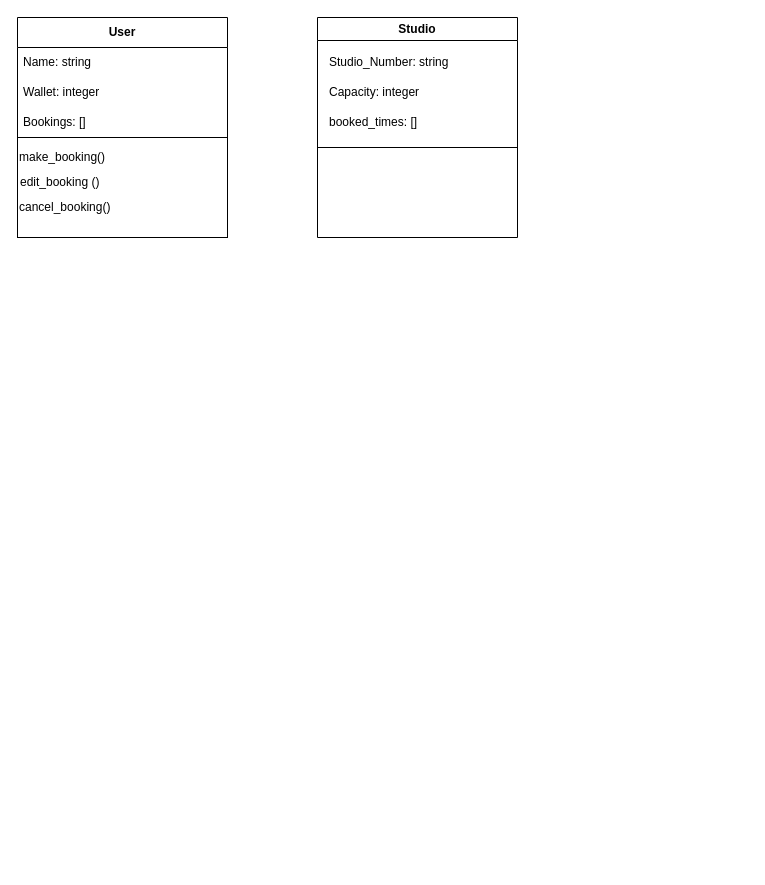
sagesaintsalem/ccfirstproject keeps this draw.io diagram as class_diagram.drawio. Above is the earlier version. Source tidied: cells renumbered, new cells numbered last; positions are measured from the earlier drawing's top-left corner, leaving out a move shared by most shapes. Both pictures are drawn from the tidied source at 100%, with x=0, y=0 at pixel (17, 17).
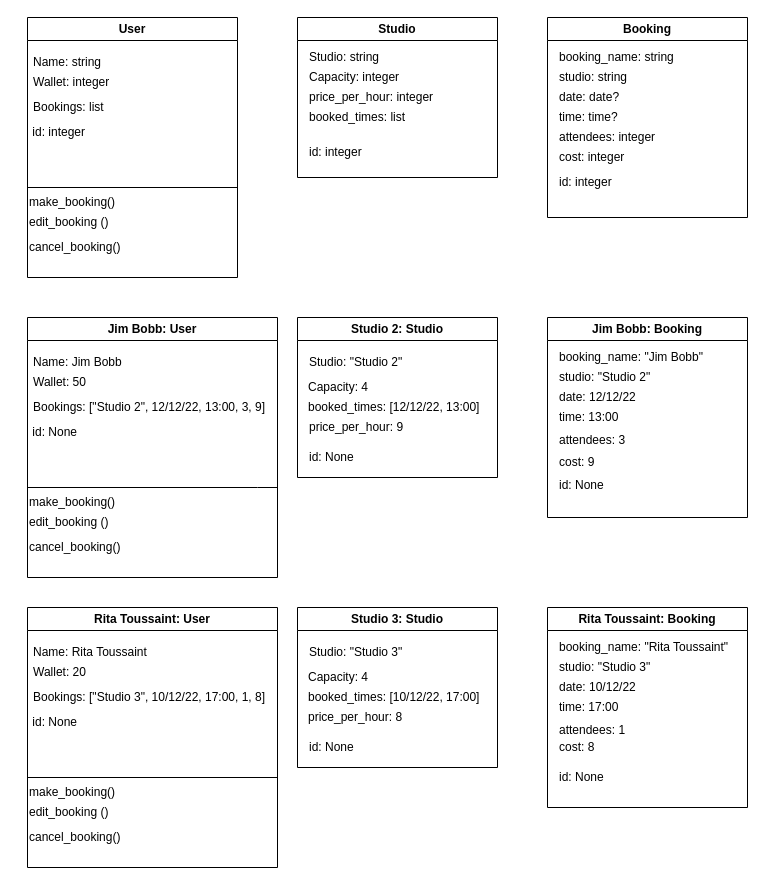
The same diagram, later.

Diff of the diagram source:
```diff
@@
-    <mxCell id="2" value="&lt;b&gt;User&lt;/b&gt;" style="swimlane;fontStyle=0;horizontal=1;startSize=30;whiteSpace=wrap;html=1;" parent="1" vertex="1">
-      <mxGeometry width="210" height="120" as="geometry" />
-    </mxCell>
-    <mxCell id="3" value="Name: string" style="text;strokeColor=none;fillColor=none;align=left;verticalAlign=middle;spacingLeft=4;spacingRight=4;overflow=hidden;whiteSpace=wrap;html=1;" parent="2" vertex="1">
-      <mxGeometry y="30" width="210" height="30" as="geometry" />
-    </mxCell>
-    <mxCell id="4" value="Wallet: integer" style="text;strokeColor=none;fillColor=none;align=left;verticalAlign=middle;spacingLeft=4;spacingRight=4;overflow=hidden;whiteSpace=wrap;html=1;" parent="2" vertex="1">
-      <mxGeometry y="60" width="210" height="30" as="geometry" />
-    </mxCell>
-    <mxCell id="5" value="Bookings: []" style="text;strokeColor=none;fillColor=none;align=left;verticalAlign=middle;spacingLeft=4;spacingRight=4;overflow=hidden;whiteSpace=wrap;html=1;" parent="2" vertex="1">
-      <mxGeometry y="90" width="210" height="30" as="geometry" />
-    </mxCell>
-    <mxCell id="6" style="rounded=0;whiteSpace=wrap;html=1;fillColor=none;align=left;" parent="1" vertex="1">
-      <mxGeometry y="120" width="210" height="100" as="geometry" />
-    </mxCell>
-    <mxCell id="7" value="make_booking()" style="text;html=1;strokeColor=none;fillColor=none;align=left;verticalAlign=middle;whiteSpace=wrap;rounded=0;" parent="1" vertex="1">
-      <mxGeometry y="130" width="210" height="20" as="geometry" />
-    </mxCell>
-    <mxCell id="8" value="edit_booking ()" style="text;html=1;strokeColor=none;fillColor=none;align=left;verticalAlign=middle;whiteSpace=wrap;rounded=0;" parent="1" vertex="1">
-      <mxGeometry x="1" y="160" width="210" height="10" as="geometry" />
-    </mxCell>
-    <mxCell id="9" value="cancel_booking()" style="text;html=1;strokeColor=none;fillColor=none;align=left;verticalAlign=middle;whiteSpace=wrap;rounded=0;" parent="1" vertex="1">
-      <mxGeometry y="180" width="200" height="20" as="geometry" />
-    </mxCell>
     <mxCell id="10" value="Studio" style="swimlane;whiteSpace=wrap;html=1;fillColor=none;" parent="1" vertex="1">
-      <mxGeometry x="300" width="200" height="220" as="geometry" />
+      <mxGeometry x="280" width="200" height="160" as="geometry" />
     </mxCell>
-    <mxCell id="11" value="Studio_Number: string" style="text;html=1;strokeColor=none;fillColor=none;align=left;verticalAlign=middle;whiteSpace=wrap;rounded=0;" parent="10" vertex="1">
-      <mxGeometry x="10" y="30" width="170" height="30" as="geometry" />
+    <mxCell id="11" value="Studio: string" style="text;html=1;strokeColor=none;fillColor=none;align=left;verticalAlign=middle;whiteSpace=wrap;rounded=0;" parent="10" vertex="1">
+      <mxGeometry x="10" y="30" width="170" height="20" as="geometry" />
     </mxCell>
     <mxCell id="12" value="Capacity: integer" style="text;html=1;strokeColor=none;fillColor=none;align=left;verticalAlign=middle;whiteSpace=wrap;rounded=0;" parent="10" vertex="1">
-      <mxGeometry x="10" y="60" width="170" height="30" as="geometry" />
+      <mxGeometry x="10" y="50" width="170" height="20" as="geometry" />
     </mxCell>
-    <mxCell id="13" value="booked_times: []" style="text;html=1;strokeColor=none;fillColor=none;align=left;verticalAlign=middle;whiteSpace=wrap;rounded=0;" parent="10" vertex="1">
-      <mxGeometry x="10" y="90" width="170" height="30" as="geometry" />
+    <mxCell id="13" value="booked_times: list" style="text;html=1;strokeColor=none;fillColor=none;align=left;verticalAlign=middle;whiteSpace=wrap;rounded=0;" parent="10" vertex="1">
+      <mxGeometry x="10" y="90" width="170" height="20" as="geometry" />
     </mxCell>
-    <mxCell id="14" style="endArrow=none;html=1;rounded=0;" parent="10" edge="1">
-      <mxGeometry relative="1" as="geometry">
-        <mxPoint y="130" as="sourcePoint" />
-        <mxPoint x="200" y="130" as="targetPoint" />
-      </mxGeometry>
-    </mxCell>
+    <mxCell id="15" value="id: integer" style="text;html=1;strokeColor=none;fillColor=none;align=left;verticalAlign=middle;whiteSpace=wrap;rounded=0;" parent="10" vertex="1">
+      <mxGeometry x="10" y="120" width="170" height="30" as="geometry" />
+    </mxCell>
+    <mxCell id="16" value="price_per_hour: integer" style="text;html=1;strokeColor=none;fillColor=none;align=left;verticalAlign=middle;whiteSpace=wrap;rounded=0;" parent="10" vertex="1">
+      <mxGeometry x="10" y="70" width="170" height="20" as="geometry" />
+    </mxCell>
+    <mxCell id="17" value="Booking" style="swimlane;whiteSpace=wrap;html=1;fillColor=none;" parent="1" vertex="1">
+      <mxGeometry x="530" width="200" height="200" as="geometry" />
+    </mxCell>
+    <mxCell id="18" value="booking_name: string" style="text;html=1;strokeColor=none;fillColor=none;align=left;verticalAlign=middle;whiteSpace=wrap;rounded=0;" parent="17" vertex="1">
+      <mxGeometry x="10" y="30" width="170" height="20" as="geometry" />
+    </mxCell>
+    <mxCell id="19" value="studio: string" style="text;html=1;strokeColor=none;fillColor=none;align=left;verticalAlign=middle;whiteSpace=wrap;rounded=0;" parent="17" vertex="1">
+      <mxGeometry x="10" y="50" width="170" height="20" as="geometry" />
+    </mxCell>
+    <mxCell id="20" value="date: date?" style="text;html=1;strokeColor=none;fillColor=none;align=left;verticalAlign=middle;whiteSpace=wrap;rounded=0;" parent="17" vertex="1">
+      <mxGeometry x="10" y="70" width="170" height="20" as="geometry" />
+    </mxCell>
+    <mxCell id="21" value="time: time?" style="text;html=1;strokeColor=none;fillColor=none;align=left;verticalAlign=middle;whiteSpace=wrap;rounded=0;" parent="17" vertex="1">
+      <mxGeometry x="10" y="90" width="170" height="20" as="geometry" />
+    </mxCell>
+    <mxCell id="22" value="id: integer" style="text;html=1;strokeColor=none;fillColor=none;align=left;verticalAlign=middle;whiteSpace=wrap;rounded=0;" parent="17" vertex="1">
+      <mxGeometry x="10" y="150" width="170" height="30" as="geometry" />
+    </mxCell>
+    <mxCell id="23" value="attendees: integer" style="text;html=1;strokeColor=none;fillColor=none;align=left;verticalAlign=middle;whiteSpace=wrap;rounded=0;" parent="17" vertex="1">
+      <mxGeometry x="10" y="110" width="170" height="20" as="geometry" />
+    </mxCell>
+    <mxCell id="24" value="cost: integer" style="text;html=1;strokeColor=none;fillColor=none;align=left;verticalAlign=middle;whiteSpace=wrap;rounded=0;" parent="17" vertex="1">
+      <mxGeometry x="10" y="130" width="170" height="20" as="geometry" />
+    </mxCell>
+    <mxCell id="2" value="User" style="swimlane;whiteSpace=wrap;html=1;fillColor=none;" parent="1" vertex="1">
+      <mxGeometry x="10" width="210" height="260" as="geometry" />
+    </mxCell>
+    <mxCell id="25" style="endArrow=none;html=1;rounded=0;" parent="2" edge="1">
+      <mxGeometry relative="1" as="geometry">
+        <mxPoint x="10" y="170" as="sourcePoint" />
+        <mxPoint x="210" y="170" as="targetPoint" />
+        <Array as="points">
+          <mxPoint y="170" />
+        </Array>
+      </mxGeometry>
+    </mxCell>
+    <mxCell id="26" value="&amp;nbsp;id: integer" style="text;html=1;strokeColor=none;fillColor=none;align=left;verticalAlign=middle;whiteSpace=wrap;rounded=0;" parent="2" vertex="1">
+      <mxGeometry y="100" width="210" height="30" as="geometry" />
+    </mxCell>
+    <mxCell id="3" value="Name: string" style="text;strokeColor=none;fillColor=none;align=left;verticalAlign=middle;spacingLeft=4;spacingRight=4;overflow=hidden;whiteSpace=wrap;html=1;" parent="2" vertex="1">
+      <mxGeometry y="30" width="210" height="30" as="geometry" />
+    </mxCell>
+    <mxCell id="4" value="Wallet: integer" style="text;strokeColor=none;fillColor=none;align=left;verticalAlign=middle;spacingLeft=4;spacingRight=4;overflow=hidden;whiteSpace=wrap;html=1;" parent="2" vertex="1">
+      <mxGeometry y="50" width="210" height="30" as="geometry" />
+    </mxCell>
+    <mxCell id="5" value="&lt;div&gt;Bookings: list&lt;/div&gt;" style="text;strokeColor=none;fillColor=none;align=left;verticalAlign=middle;spacingLeft=4;spacingRight=4;overflow=hidden;whiteSpace=wrap;html=1;" parent="2" vertex="1">
+      <mxGeometry y="80" width="210" height="20" as="geometry" />
+    </mxCell>
+    <mxCell id="7" value="make_booking()" style="text;html=1;strokeColor=none;fillColor=none;align=left;verticalAlign=middle;whiteSpace=wrap;rounded=0;" parent="2" vertex="1">
+      <mxGeometry y="175" width="210" height="20" as="geometry" />
+    </mxCell>
+    <mxCell id="8" value="edit_booking ()" style="text;html=1;strokeColor=none;fillColor=none;align=left;verticalAlign=middle;whiteSpace=wrap;rounded=0;" parent="2" vertex="1">
+      <mxGeometry y="200" width="210" height="10" as="geometry" />
+    </mxCell>
+    <mxCell id="9" value="cancel_booking()" style="text;html=1;strokeColor=none;fillColor=none;align=left;verticalAlign=middle;whiteSpace=wrap;rounded=0;" parent="2" vertex="1">
+      <mxGeometry y="220" width="200" height="20" as="geometry" />
+    </mxCell>
+    <mxCell id="27" value="Jim Bobb: User" style="swimlane;whiteSpace=wrap;html=1;fillColor=none;" parent="1" vertex="1">
+      <mxGeometry x="10" y="300" width="250" height="260" as="geometry" />
+    </mxCell>
+    <mxCell id="28" style="endArrow=none;html=1;rounded=0;" parent="27" edge="1">
+      <mxGeometry relative="1" as="geometry">
+        <mxPoint x="10" y="170" as="sourcePoint" />
+        <mxPoint x="240" y="170" as="targetPoint" />
+        <Array as="points">
+          <mxPoint y="170" />
+          <mxPoint x="230" y="170" />
+          <mxPoint x="250" y="170" />
+        </Array>
+      </mxGeometry>
+    </mxCell>
+    <mxCell id="29" value="&amp;nbsp;id: None" style="text;html=1;strokeColor=none;fillColor=none;align=left;verticalAlign=middle;whiteSpace=wrap;rounded=0;" parent="27" vertex="1">
+      <mxGeometry y="100" width="210" height="30" as="geometry" />
+    </mxCell>
+    <mxCell id="30" value="Name: Jim Bobb" style="text;strokeColor=none;fillColor=none;align=left;verticalAlign=middle;spacingLeft=4;spacingRight=4;overflow=hidden;whiteSpace=wrap;html=1;" parent="27" vertex="1">
+      <mxGeometry y="30" width="210" height="30" as="geometry" />
+    </mxCell>
+    <mxCell id="31" value="Wallet: 50" style="text;strokeColor=none;fillColor=none;align=left;verticalAlign=middle;spacingLeft=4;spacingRight=4;overflow=hidden;whiteSpace=wrap;html=1;" parent="27" vertex="1">
+      <mxGeometry y="50" width="210" height="30" as="geometry" />
+    </mxCell>
+    <mxCell id="32" value="&lt;div&gt;Bookings: [&quot;Studio 2&quot;, 12/12/22, 13:00, 3, 9]&lt;br&gt;&lt;/div&gt;" style="text;strokeColor=none;fillColor=none;align=left;verticalAlign=middle;spacingLeft=4;spacingRight=4;overflow=hidden;whiteSpace=wrap;html=1;" parent="27" vertex="1">
+      <mxGeometry y="70" width="250" height="40" as="geometry" />
+    </mxCell>
+    <mxCell id="33" value="make_booking()" style="text;html=1;strokeColor=none;fillColor=none;align=left;verticalAlign=middle;whiteSpace=wrap;rounded=0;" parent="27" vertex="1">
+      <mxGeometry y="175" width="210" height="20" as="geometry" />
+    </mxCell>
+    <mxCell id="34" value="edit_booking ()" style="text;html=1;strokeColor=none;fillColor=none;align=left;verticalAlign=middle;whiteSpace=wrap;rounded=0;" parent="27" vertex="1">
+      <mxGeometry y="200" width="210" height="10" as="geometry" />
+    </mxCell>
+    <mxCell id="35" value="cancel_booking()" style="text;html=1;strokeColor=none;fillColor=none;align=left;verticalAlign=middle;whiteSpace=wrap;rounded=0;" parent="27" vertex="1">
+      <mxGeometry y="220" width="200" height="20" as="geometry" />
+    </mxCell>
+    <mxCell id="36" value="Studio 2: Studio" style="swimlane;whiteSpace=wrap;html=1;fillColor=none;" parent="1" vertex="1">
+      <mxGeometry x="280" y="300" width="200" height="160" as="geometry" />
+    </mxCell>
+    <mxCell id="37" value="Studio: &quot;Studio 2&quot;" style="text;html=1;strokeColor=none;fillColor=none;align=left;verticalAlign=middle;whiteSpace=wrap;rounded=0;" parent="36" vertex="1">
+      <mxGeometry x="10" y="30" width="170" height="30" as="geometry" />
+    </mxCell>
+    <mxCell id="38" value="Capacity: 4" style="text;html=1;strokeColor=none;fillColor=none;align=left;verticalAlign=middle;whiteSpace=wrap;rounded=0;" parent="36" vertex="1">
+      <mxGeometry x="9" y="60" width="170" height="20" as="geometry" />
+    </mxCell>
+    <mxCell id="39" value="booked_times: [12/12/22, 13:00]" style="text;html=1;strokeColor=none;fillColor=none;align=left;verticalAlign=middle;whiteSpace=wrap;rounded=0;" parent="36" vertex="1">
+      <mxGeometry x="9" y="80" width="180" height="20" as="geometry" />
+    </mxCell>
+    <mxCell id="40" value="id: None" style="text;html=1;strokeColor=none;fillColor=none;align=left;verticalAlign=middle;whiteSpace=wrap;rounded=0;" parent="36" vertex="1">
+      <mxGeometry x="10" y="130" width="170" height="20" as="geometry" />
+    </mxCell>
+    <mxCell id="41" value="price_per_hour: 9" style="text;html=1;strokeColor=none;fillColor=none;align=left;verticalAlign=middle;whiteSpace=wrap;rounded=0;" parent="36" vertex="1">
+      <mxGeometry x="10" y="100" width="170" height="20" as="geometry" />
+    </mxCell>
+    <mxCell id="42" value="Jim Bobb: Booking" style="swimlane;whiteSpace=wrap;html=1;fillColor=none;" parent="1" vertex="1">
+      <mxGeometry x="530" y="300" width="200" height="200" as="geometry" />
+    </mxCell>
+    <mxCell id="43" value="booking_name: &quot;Jim Bobb&quot;" style="text;html=1;strokeColor=none;fillColor=none;align=left;verticalAlign=middle;whiteSpace=wrap;rounded=0;" parent="42" vertex="1">
+      <mxGeometry x="10" y="30" width="170" height="20" as="geometry" />
+    </mxCell>
+    <mxCell id="44" value="studio: &quot;Studio 2&quot;" style="text;html=1;strokeColor=none;fillColor=none;align=left;verticalAlign=middle;whiteSpace=wrap;rounded=0;" parent="42" vertex="1">
+      <mxGeometry x="10" y="50" width="170" height="20" as="geometry" />
+    </mxCell>
+    <mxCell id="45" value="date: 12/12/22" style="text;html=1;strokeColor=none;fillColor=none;align=left;verticalAlign=middle;whiteSpace=wrap;rounded=0;" parent="42" vertex="1">
+      <mxGeometry x="10" y="70" width="170" height="20" as="geometry" />
+    </mxCell>
+    <mxCell id="46" value="time: 13:00" style="text;html=1;strokeColor=none;fillColor=none;align=left;verticalAlign=middle;whiteSpace=wrap;rounded=0;" parent="42" vertex="1">
+      <mxGeometry x="10" y="90" width="170" height="20" as="geometry" />
+    </mxCell>
+    <mxCell id="47" value="id: None" style="text;html=1;strokeColor=none;fillColor=none;align=left;verticalAlign=middle;whiteSpace=wrap;rounded=0;" parent="42" vertex="1">
+      <mxGeometry x="10" y="160" width="170" height="15" as="geometry" />
+    </mxCell>
+    <mxCell id="48" value="attendees: 3" style="text;html=1;strokeColor=none;fillColor=none;align=left;verticalAlign=middle;whiteSpace=wrap;rounded=0;" parent="42" vertex="1">
+      <mxGeometry x="10" y="115" width="170" height="15" as="geometry" />
+    </mxCell>
+    <mxCell id="49" value="cost: 9" style="text;html=1;strokeColor=none;fillColor=none;align=left;verticalAlign=middle;whiteSpace=wrap;rounded=0;" parent="42" vertex="1">
+      <mxGeometry x="10" y="135" width="170" height="20" as="geometry" />
+    </mxCell>
+    <mxCell id="50" value="Rita Toussaint: User" style="swimlane;whiteSpace=wrap;html=1;fillColor=none;" parent="1" vertex="1">
+      <mxGeometry x="10" y="590" width="250" height="260" as="geometry" />
+    </mxCell>
+    <mxCell id="51" style="endArrow=none;html=1;rounded=0;" parent="50" edge="1">
+      <mxGeometry relative="1" as="geometry">
+        <mxPoint x="10" y="170" as="sourcePoint" />
+        <mxPoint x="210" y="170" as="targetPoint" />
+        <Array as="points">
+          <mxPoint y="170" />
+          <mxPoint x="250" y="170" />
+        </Array>
+      </mxGeometry>
+    </mxCell>
+    <mxCell id="52" value="&amp;nbsp;id: None" style="text;html=1;strokeColor=none;fillColor=none;align=left;verticalAlign=middle;whiteSpace=wrap;rounded=0;" parent="50" vertex="1">
+      <mxGeometry y="100" width="210" height="30" as="geometry" />
+    </mxCell>
+    <mxCell id="53" value="Name: Rita Toussaint" style="text;strokeColor=none;fillColor=none;align=left;verticalAlign=middle;spacingLeft=4;spacingRight=4;overflow=hidden;whiteSpace=wrap;html=1;" parent="50" vertex="1">
+      <mxGeometry y="30" width="210" height="30" as="geometry" />
+    </mxCell>
+    <mxCell id="54" value="Wallet: 20" style="text;strokeColor=none;fillColor=none;align=left;verticalAlign=middle;spacingLeft=4;spacingRight=4;overflow=hidden;whiteSpace=wrap;html=1;" parent="50" vertex="1">
+      <mxGeometry y="50" width="210" height="30" as="geometry" />
+    </mxCell>
+    <mxCell id="55" value="&lt;div&gt;Bookings: [&quot;Studio 3&quot;, 10/12/22, 17:00, 1, 8]&lt;br&gt;&lt;/div&gt;" style="text;strokeColor=none;fillColor=none;align=left;verticalAlign=middle;spacingLeft=4;spacingRight=4;overflow=hidden;whiteSpace=wrap;html=1;" parent="50" vertex="1">
+      <mxGeometry y="70" width="250" height="40" as="geometry" />
+    </mxCell>
+    <mxCell id="56" value="make_booking()" style="text;html=1;strokeColor=none;fillColor=none;align=left;verticalAlign=middle;whiteSpace=wrap;rounded=0;" parent="50" vertex="1">
+      <mxGeometry y="175" width="210" height="20" as="geometry" />
+    </mxCell>
+    <mxCell id="57" value="edit_booking ()" style="text;html=1;strokeColor=none;fillColor=none;align=left;verticalAlign=middle;whiteSpace=wrap;rounded=0;" parent="50" vertex="1">
+      <mxGeometry y="200" width="210" height="10" as="geometry" />
+    </mxCell>
+    <mxCell id="58" value="cancel_booking()" style="text;html=1;strokeColor=none;fillColor=none;align=left;verticalAlign=middle;whiteSpace=wrap;rounded=0;" parent="50" vertex="1">
+      <mxGeometry y="220" width="200" height="20" as="geometry" />
+    </mxCell>
+    <mxCell id="59" value="Studio 3: Studio" style="swimlane;whiteSpace=wrap;html=1;fillColor=none;" parent="1" vertex="1">
+      <mxGeometry x="280" y="590" width="200" height="160" as="geometry" />
+    </mxCell>
+    <mxCell id="60" value="Studio: &quot;Studio 3&quot;" style="text;html=1;strokeColor=none;fillColor=none;align=left;verticalAlign=middle;whiteSpace=wrap;rounded=0;" parent="59" vertex="1">
+      <mxGeometry x="10" y="30" width="170" height="30" as="geometry" />
+    </mxCell>
+    <mxCell id="61" value="Capacity: 4" style="text;html=1;strokeColor=none;fillColor=none;align=left;verticalAlign=middle;whiteSpace=wrap;rounded=0;" parent="59" vertex="1">
+      <mxGeometry x="9" y="60" width="170" height="20" as="geometry" />
+    </mxCell>
+    <mxCell id="62" value="booked_times: [10/12/22, 17:00]" style="text;html=1;strokeColor=none;fillColor=none;align=left;verticalAlign=middle;whiteSpace=wrap;rounded=0;" parent="59" vertex="1">
+      <mxGeometry x="9" y="80" width="180" height="20" as="geometry" />
+    </mxCell>
+    <mxCell id="63" value="id: None" style="text;html=1;strokeColor=none;fillColor=none;align=left;verticalAlign=middle;whiteSpace=wrap;rounded=0;" parent="59" vertex="1">
+      <mxGeometry x="10" y="130" width="170" height="20" as="geometry" />
+    </mxCell>
+    <mxCell id="64" value="price_per_hour: 8" style="text;html=1;strokeColor=none;fillColor=none;align=left;verticalAlign=middle;whiteSpace=wrap;rounded=0;" parent="59" vertex="1">
+      <mxGeometry x="9" y="100" width="170" height="20" as="geometry" />
+    </mxCell>
+    <mxCell id="65" value="Rita Toussaint: Booking" style="swimlane;whiteSpace=wrap;html=1;fillColor=none;" parent="1" vertex="1">
+      <mxGeometry x="530" y="590" width="200" height="200" as="geometry" />
+    </mxCell>
+    <mxCell id="66" value="booking_name: &quot;Rita Toussaint&quot;" style="text;html=1;strokeColor=none;fillColor=none;align=left;verticalAlign=middle;whiteSpace=wrap;rounded=0;" parent="65" vertex="1">
+      <mxGeometry x="10" y="30" width="180" height="20" as="geometry" />
+    </mxCell>
+    <mxCell id="67" value="studio: &quot;Studio 3&quot;" style="text;html=1;strokeColor=none;fillColor=none;align=left;verticalAlign=middle;whiteSpace=wrap;rounded=0;" parent="65" vertex="1">
+      <mxGeometry x="10" y="50" width="170" height="20" as="geometry" />
+    </mxCell>
+    <mxCell id="68" value="date: 10/12/22" style="text;html=1;strokeColor=none;fillColor=none;align=left;verticalAlign=middle;whiteSpace=wrap;rounded=0;" parent="65" vertex="1">
+      <mxGeometry x="10" y="70" width="170" height="20" as="geometry" />
+    </mxCell>
+    <mxCell id="69" value="time: 17:00" style="text;html=1;strokeColor=none;fillColor=none;align=left;verticalAlign=middle;whiteSpace=wrap;rounded=0;" parent="65" vertex="1">
+      <mxGeometry x="10" y="90" width="170" height="20" as="geometry" />
+    </mxCell>
+    <mxCell id="70" value="id: None" style="text;html=1;strokeColor=none;fillColor=none;align=left;verticalAlign=middle;whiteSpace=wrap;rounded=0;" parent="65" vertex="1">
+      <mxGeometry x="10" y="160" width="170" height="20" as="geometry" />
+    </mxCell>
+    <mxCell id="71" value="attendees: 1" style="text;html=1;strokeColor=none;fillColor=none;align=left;verticalAlign=middle;whiteSpace=wrap;rounded=0;" parent="65" vertex="1">
+      <mxGeometry x="10" y="115" width="170" height="15" as="geometry" />
+    </mxCell>
+    <mxCell id="72" value="cost: 8" style="text;html=1;strokeColor=none;fillColor=none;align=left;verticalAlign=middle;whiteSpace=wrap;rounded=0;" parent="65" vertex="1">
+      <mxGeometry x="10" y="130" width="170" height="20" as="geometry" />
+    </mxCell>
```
